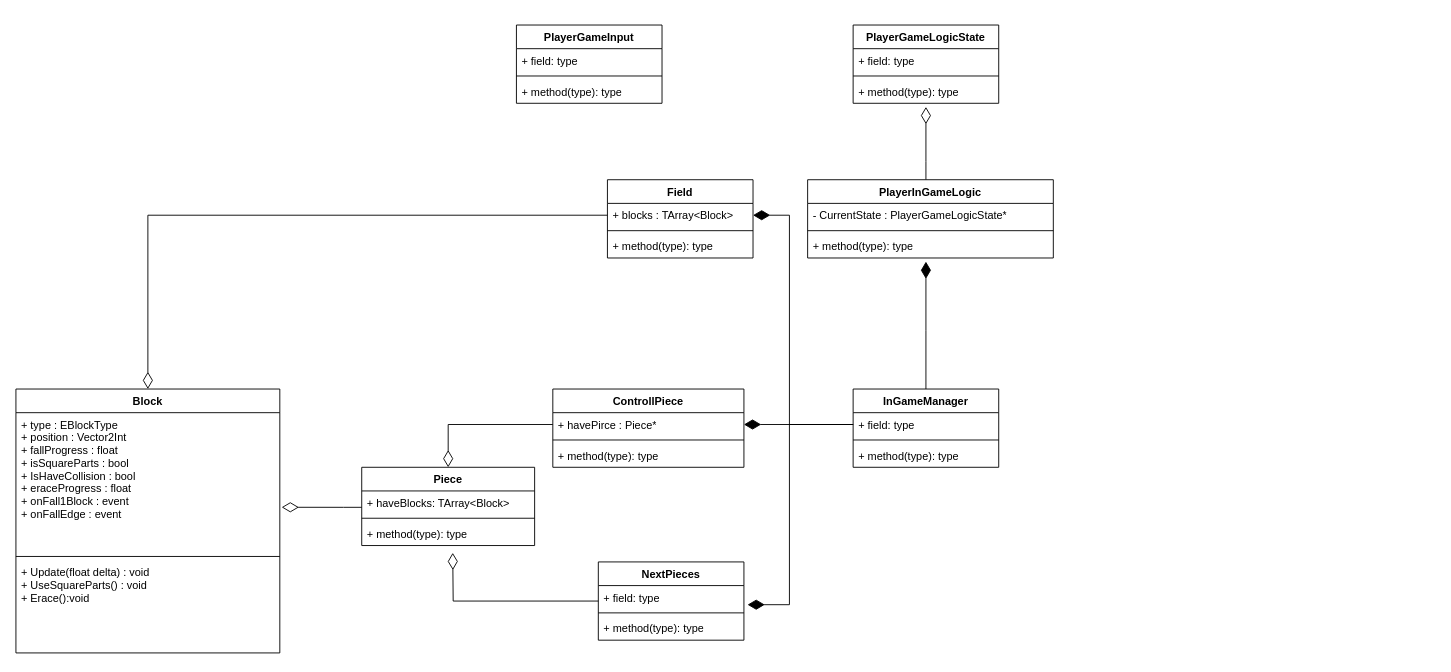
naturemas53/LuminesEffect keeps this draw.io diagram as ThisProjectData/PG設計_的な.drawio. Above is the earlier version. Source tidied: cells renumbered, new cells numbered last; positions are measured from the earlier drawing's top-left corner, leaving out a move shared by most shapes. Both pictures are drawn from the tidied source at 91%, with x=0, y=0 at pixel (15, 25).
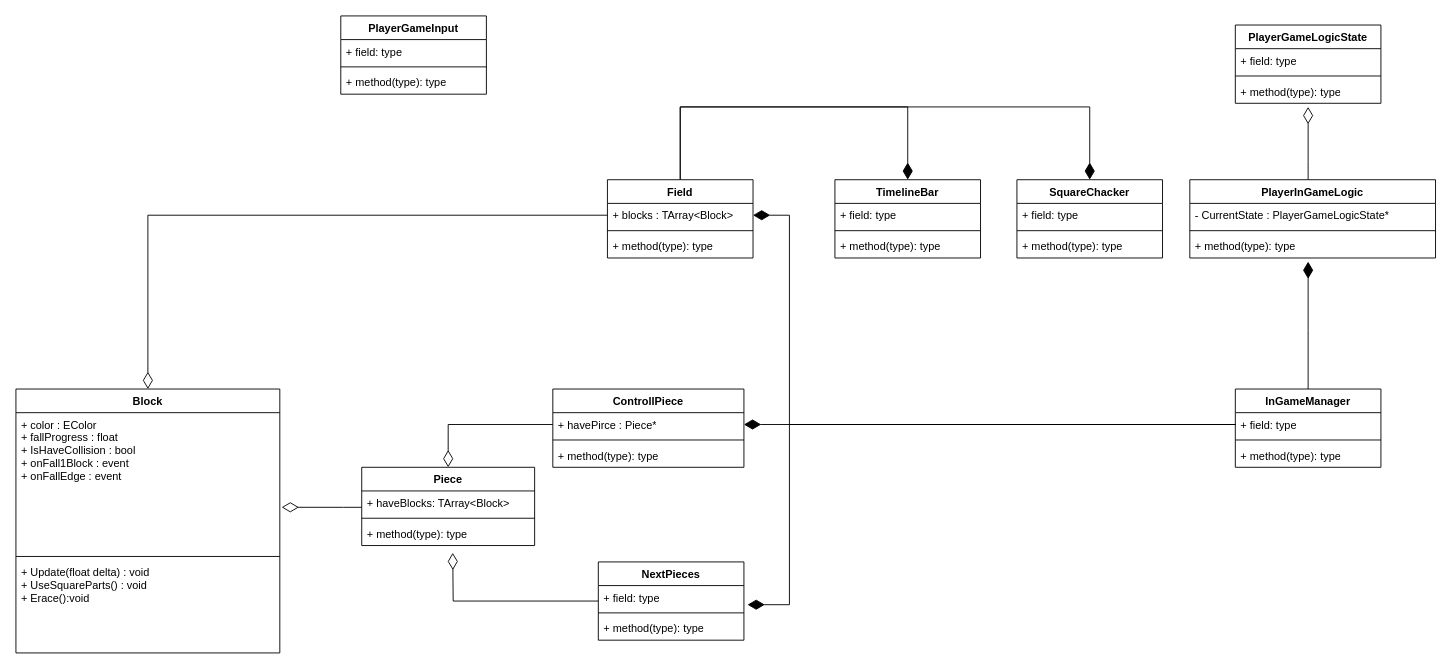
Above is the later version.

The change refers to these unchanged cells:
```xml
<mxCell id="2" value="Block" style="swimlane;fontStyle=1;align=center;verticalAlign=top;horizontal=1;startSize=26;" parent="1" vertex="1">
  <mxGeometry y="400" width="290" height="290" as="geometry" />
</mxCell>
<mxCell id="6" value="Field" style="swimlane;fontStyle=1;align=center;verticalAlign=top;horizontal=1;startSize=26;" parent="1" vertex="1">
  <mxGeometry x="650" y="170" width="160" height="86" as="geometry" />
</mxCell>
```

The edit, as a diff of the source:
```diff
@@
-    <mxCell id="3" value="+ type : EBlockType&#10;+ position : Vector2Int&#10;+ fallProgress : float&#10;+ isSquareParts : bool&#10;+ IsHaveCollision : bool&#10;+ eraceProgress : float&#10;+ onFall1Block : event&#10;+ onFallEdge : event" style="text;strokeColor=none;fillColor=none;align=left;verticalAlign=top;spacingLeft=4;spacingRight=4;overflow=hidden;points=[[0,0.5],[1,0.5]];portConstraint=eastwest;" parent="2" vertex="1">
+    <mxCell id="3" value="+ color : EColor&#10;+ fallProgress : float&#10;+ IsHaveCollision : bool&#10;+ onFall1Block : event&#10;+ onFallEdge : event" style="text;strokeColor=none;fillColor=none;align=left;verticalAlign=top;spacingLeft=4;spacingRight=4;overflow=hidden;points=[[0,0.5],[1,0.5]];portConstraint=eastwest;" parent="2" vertex="1">
       <mxGeometry y="26" width="290" height="154" as="geometry" />
     </mxCell>
@@
+    <mxCell id="47" style="edgeStyle=orthogonalEdgeStyle;rounded=0;jettySize=auto;html=1;entryX=0.5;entryY=0;entryDx=0;entryDy=0;endArrow=diamondThin;endFill=1;startSize=16;endSize=16;" parent="1" edge="1" source="6" target="49">
+      <mxGeometry relative="1" as="geometry">
+        <Array as="points">
+          <mxPoint x="730" y="90" />
+          <mxPoint x="1180" y="90" />
+        </Array>
+      </mxGeometry>
+    </mxCell>
+    <mxCell id="48" style="edgeStyle=orthogonalEdgeStyle;rounded=0;jettySize=auto;html=1;entryX=0.5;entryY=0;entryDx=0;entryDy=0;endSize=16;endArrow=diamondThin;endFill=1;" parent="1" edge="1" source="6" target="53">
+      <mxGeometry relative="1" as="geometry">
+        <Array as="points">
+          <mxPoint x="730" y="90" />
+          <mxPoint x="980" y="90" />
+        </Array>
+      </mxGeometry>
+    </mxCell>
@@
     <mxCell id="14" style="edgeStyle=orthogonalEdgeStyle;rounded=0;jettySize=auto;html=1;endArrow=diamondThin;endFill=1;endSize=16;" parent="1" edge="1" source="15">
       <mxGeometry relative="1" as="geometry">
-        <mxPoint x="1000" y="260" as="targetPoint" />
+        <mxPoint x="1420" y="260" as="targetPoint" />
       </mxGeometry>
     </mxCell>
     <mxCell id="15" value="InGameManager" style="swimlane;fontStyle=1;align=center;verticalAlign=top;horizontal=1;startSize=26;whiteSpace=wrap;html=1;" parent="1" vertex="1">
-      <mxGeometry x="920" y="400" width="160" height="86" as="geometry" />
+      <mxGeometry x="1340" y="400" width="160" height="86" as="geometry" />
     </mxCell>
@@
     <mxCell id="19" value="PlayerGameInput" style="swimlane;fontStyle=1;align=center;verticalAlign=top;horizontal=1;startSize=26;whiteSpace=wrap;html=1;" parent="1" vertex="1">
-      <mxGeometry x="550" width="160" height="86" as="geometry" />
+      <mxGeometry x="357" y="-10" width="160" height="86" as="geometry" />
     </mxCell>
@@
     <mxCell id="23" style="edgeStyle=orthogonalEdgeStyle;rounded=0;jettySize=auto;html=1;endSize=16;endArrow=diamondThin;endFill=0;" parent="1" edge="1" source="24">
       <mxGeometry relative="1" as="geometry">
-        <mxPoint x="1000" y="90" as="targetPoint" />
+        <mxPoint x="1420" y="90" as="targetPoint" />
         <Array as="points">
-          <mxPoint x="1000" y="150" />
-          <mxPoint x="1000" y="150" />
+          <mxPoint x="1420" y="150" />
+          <mxPoint x="1420" y="150" />
         </Array>
       </mxGeometry>
     </mxCell>
     <mxCell id="24" value="PlayerInGameLogic" style="swimlane;fontStyle=1;align=center;verticalAlign=top;horizontal=1;startSize=26;whiteSpace=wrap;html=1;" parent="1" vertex="1">
-      <mxGeometry x="870" y="170" width="270" height="86" as="geometry" />
+      <mxGeometry x="1290" y="170" width="270" height="86" as="geometry" />
     </mxCell>
@@
     <mxCell id="28" value="PlayerGameLogicState" style="swimlane;fontStyle=1;align=center;verticalAlign=top;horizontal=1;startSize=26;whiteSpace=wrap;html=1;" parent="1" vertex="1">
-      <mxGeometry x="920" width="160" height="86" as="geometry" />
+      <mxGeometry x="1340" width="160" height="86" as="geometry" />
     </mxCell>
@@
+    <mxCell id="49" value="SquareChacker" style="swimlane;fontStyle=1;align=center;verticalAlign=top;horizontal=1;startSize=26;whiteSpace=wrap;html=1;" parent="1" vertex="1">
+      <mxGeometry x="1100" y="170" width="160" height="86" as="geometry" />
+    </mxCell>
+    <mxCell id="50" value="+ field: type" style="text;strokeColor=none;fillColor=none;align=left;verticalAlign=top;spacingLeft=4;spacingRight=4;overflow=hidden;whiteSpace=wrap;html=1;" parent="49" vertex="1">
+      <mxGeometry y="26" width="160" height="26" as="geometry" />
+    </mxCell>
+    <mxCell id="51" style="line;strokeWidth=1;fillColor=none;align=left;verticalAlign=middle;spacingTop=-1;spacingLeft=3;spacingRight=3;labelPosition=right;strokeColor=inherit;" parent="49" vertex="1">
+      <mxGeometry y="52" width="160" height="8" as="geometry" />
+    </mxCell>
+    <mxCell id="52" value="+ method(type): type" style="text;strokeColor=none;fillColor=none;align=left;verticalAlign=top;spacingLeft=4;spacingRight=4;overflow=hidden;whiteSpace=wrap;html=1;" parent="49" vertex="1">
+      <mxGeometry y="60" width="160" height="26" as="geometry" />
+    </mxCell>
+    <mxCell id="53" value="TimelineBar" style="swimlane;fontStyle=1;align=center;verticalAlign=top;horizontal=1;startSize=26;whiteSpace=wrap;html=1;" parent="1" vertex="1">
+      <mxGeometry x="900" y="170" width="160" height="86" as="geometry" />
+    </mxCell>
+    <mxCell id="54" value="+ field: type" style="text;strokeColor=none;fillColor=none;align=left;verticalAlign=top;spacingLeft=4;spacingRight=4;overflow=hidden;whiteSpace=wrap;html=1;" parent="53" vertex="1">
+      <mxGeometry y="26" width="160" height="26" as="geometry" />
+    </mxCell>
+    <mxCell id="55" style="line;strokeWidth=1;fillColor=none;align=left;verticalAlign=middle;spacingTop=-1;spacingLeft=3;spacingRight=3;labelPosition=right;strokeColor=inherit;" parent="53" vertex="1">
+      <mxGeometry y="52" width="160" height="8" as="geometry" />
+    </mxCell>
+    <mxCell id="56" value="+ method(type): type" style="text;strokeColor=none;fillColor=none;align=left;verticalAlign=top;spacingLeft=4;spacingRight=4;overflow=hidden;whiteSpace=wrap;html=1;" parent="53" vertex="1">
+      <mxGeometry y="60" width="160" height="26" as="geometry" />
+    </mxCell>
```
